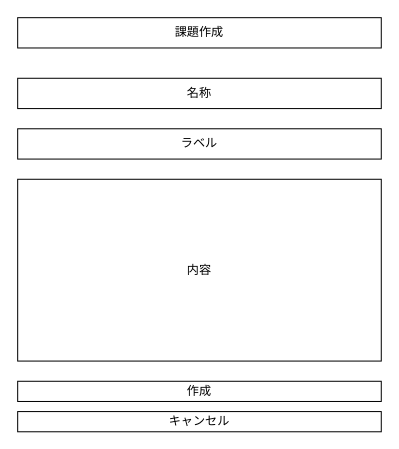
The draw.io diagram page "新規タスク作成" (15 of 22) of doc/wire_frame.drawio in yodev21/ssgl, before the edit. Source tidied: cells renumbered, new cells numbered last; positions are measured from the earlier drawing's top-left corner, leaving out a move shared by most shapes. Both pictures are drawn from the tidied source at 101%, with x=0, y=0 at pixel (17, 17).
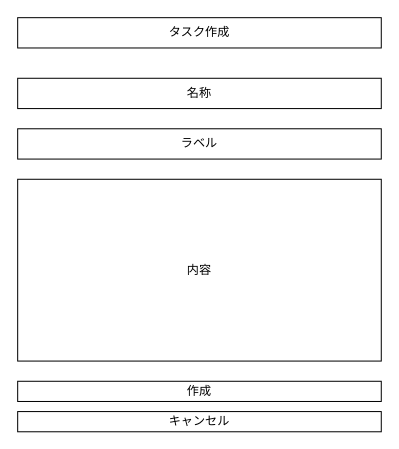
The same page after the edit.

Diff of the diagram source:
```diff
@@
 <mxGraphModel>
   <root>
     <mxCell id="0" />
     <mxCell id="1" parent="0" />
-    <mxCell id="2" value="課題作成" style="rounded=0;whiteSpace=wrap;html=1;" parent="1" vertex="1">
+    <mxCell id="2" value="タスク作成" style="rounded=0;whiteSpace=wrap;html=1;" parent="1" vertex="1">
       <mxGeometry width="360" height="30" as="geometry" />
     </mxCell>
     <mxCell id="3" value="名称" style="rounded=0;whiteSpace=wrap;html=1;" parent="1" vertex="1">
       <mxGeometry y="60" width="360" height="30" as="geometry" />
     </mxCell>
     <mxCell id="4" value="内容" style="rounded=0;whiteSpace=wrap;html=1;" parent="1" vertex="1">
       <mxGeometry y="160" width="360" height="180" as="geometry" />
     </mxCell>
     <mxCell id="5" value="キャンセル" style="rounded=0;whiteSpace=wrap;html=1;" parent="1" vertex="1">
       <mxGeometry y="390" width="360" height="20" as="geometry" />
     </mxCell>
     <mxCell id="6" value="ラベル" style="rounded=0;whiteSpace=wrap;html=1;" parent="1" vertex="1">
       <mxGeometry y="110" width="360" height="30" as="geometry" />
     </mxCell>
     <mxCell id="7" value="作成" style="rounded=0;whiteSpace=wrap;html=1;" parent="1" vertex="1">
       <mxGeometry y="360" width="360" height="20" as="geometry" />
     </mxCell>
   </root>
 </mxGraphModel>
```
